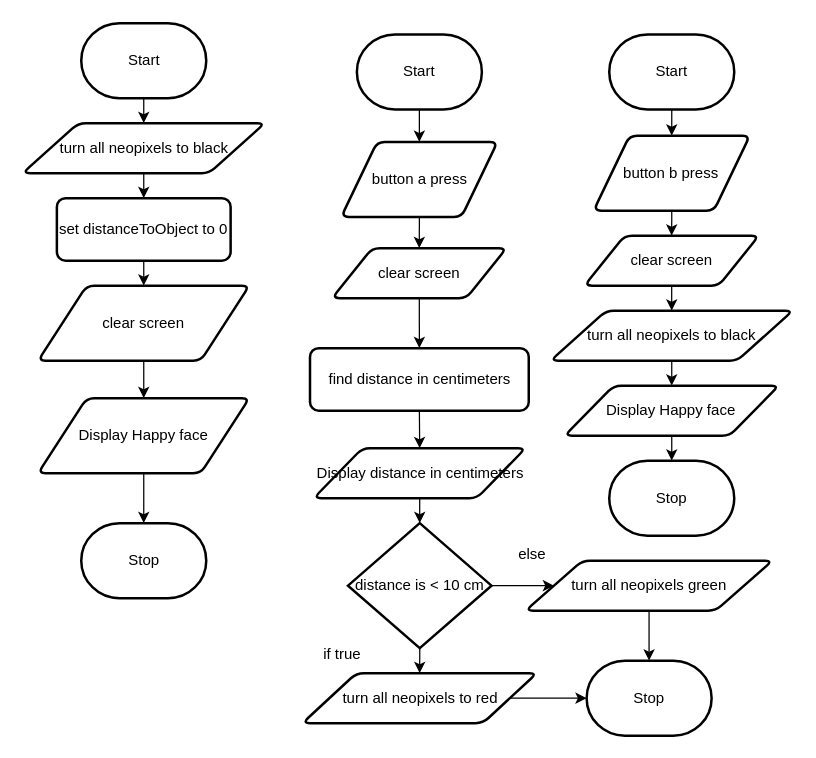
MTHS-TEJ2O-1-2023/TEJ2O-Unit-2-12-Julianne-Leblanc-Peltier keeps this draw.io diagram as design/flowchart.drawio. Above is the earlier version. Source tidied: cells renumbered, new cells numbered last; positions are measured from the earlier drawing's top-left corner, leaving out a move shared by most shapes. Both pictures are drawn from the tidied source at 125%, with x=0, y=0 at pixel (22, 22).
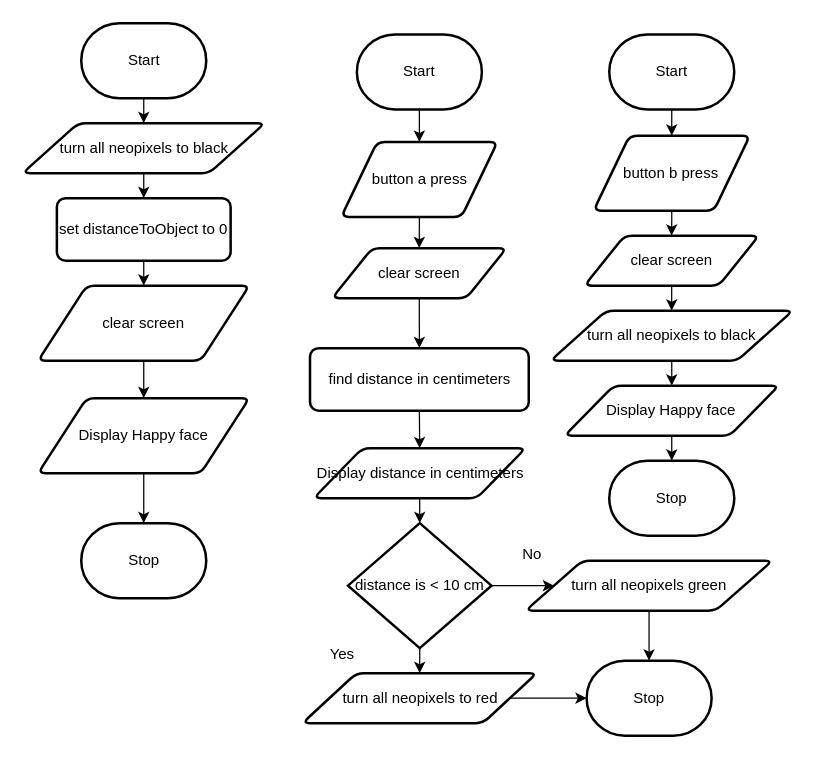
The same diagram, later.

What changed in the source:
```diff
@@
-    <mxCell id="29" value="if true" style="text;html=1;align=center;verticalAlign=middle;strokeColor=none;fillColor=none;" parent="1" vertex="1">
-      <mxGeometry x="229.5" y="490" width="50" height="30" as="geometry" />
+    <mxCell id="29" value="Yes" style="text;html=1;align=center;verticalAlign=middle;strokeColor=none;fillColor=none;" parent="1" vertex="1">
+      <mxGeometry x="234.5" y="490" width="40" height="30" as="geometry" />
     </mxCell>
-    <mxCell id="30" value="else" style="text;html=1;align=center;verticalAlign=middle;strokeColor=none;fillColor=none;" parent="1" vertex="1">
-      <mxGeometry x="382" y="410" width="50" height="30" as="geometry" />
+    <mxCell id="30" value="No" style="text;html=1;align=center;verticalAlign=middle;strokeColor=none;fillColor=none;" parent="1" vertex="1">
+      <mxGeometry x="387" y="410" width="40" height="30" as="geometry" />
     </mxCell>
```
